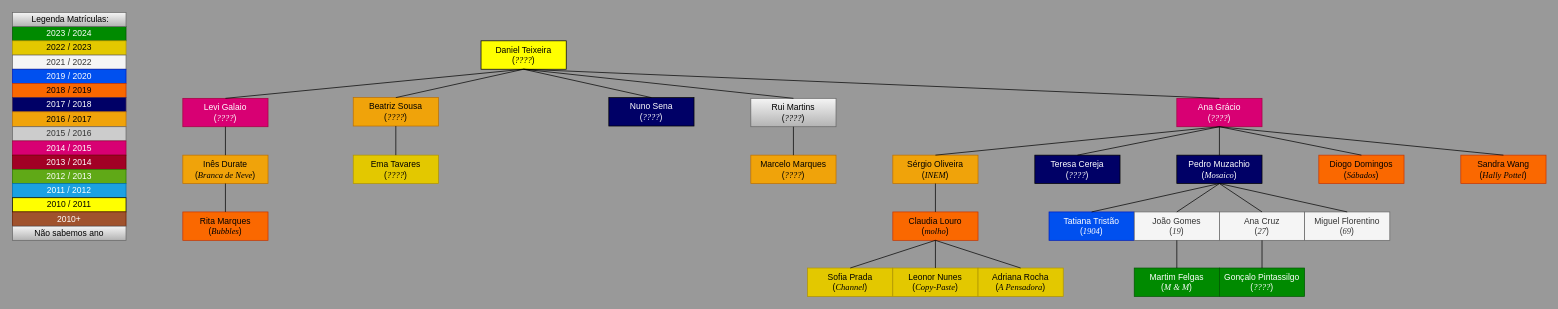
The draw.io diagram Draw.io/Familia_do_Daniel_Teixeira.drawio in pdmtmr/PDMTMRTESTLOCATION-AKA-ARBUSTO, before the edit. Source tidied: cells renumbered, new cells numbered last; positions are measured from the earlier drawing's top-left corner, leaving out a move shared by most shapes. Both pictures are drawn from the tidied source at 71%, with x=0, y=0 at pixel (12, 12).
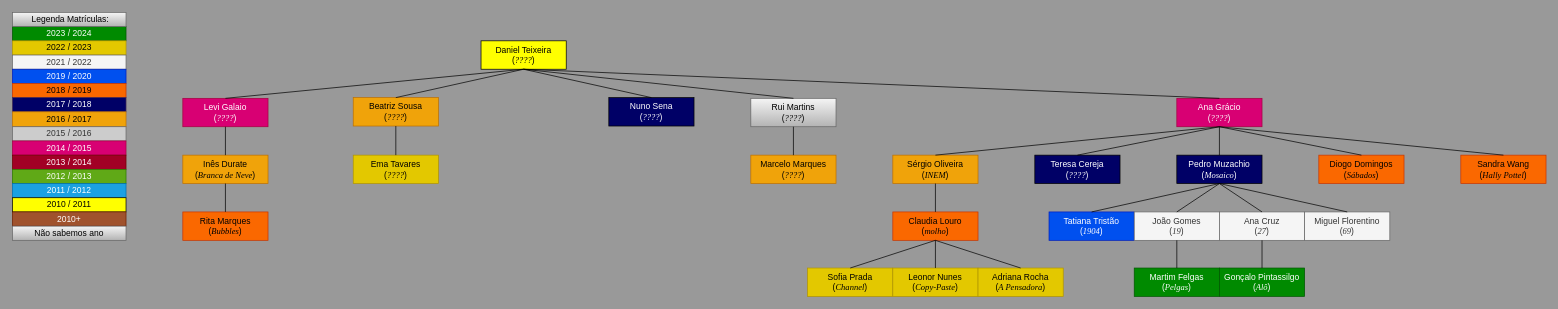
The same diagram, later.

What changed in the source:
```diff
@@
-    <mxCell id="61" value="&lt;div&gt;&lt;span style=&quot;background-color: initial;&quot;&gt;Martim Felgas&lt;/span&gt;&lt;/div&gt;&lt;div&gt;&lt;span style=&quot;background-color: initial;&quot;&gt;(&lt;font face=&quot;Times New Roman&quot;&gt;&lt;i&gt;M &amp;amp; M&lt;/i&gt;&lt;/font&gt;&lt;/span&gt;&lt;span style=&quot;background-color: initial;&quot;&gt;)&lt;/span&gt;&lt;/div&gt;" style="rounded=0;whiteSpace=wrap;html=1;fillColor=#008a00;fontColor=#ffffff;strokeColor=#005700;" parent="1" vertex="1">
+    <mxCell id="61" value="&lt;div&gt;&lt;span style=&quot;background-color: initial;&quot;&gt;Martim Felgas&lt;/span&gt;&lt;/div&gt;&lt;div&gt;&lt;span style=&quot;background-color: initial;&quot;&gt;(&lt;font face=&quot;Times New Roman&quot;&gt;&lt;i&gt;Pelgas&lt;/i&gt;&lt;/font&gt;&lt;/span&gt;&lt;span style=&quot;background-color: initial;&quot;&gt;)&lt;/span&gt;&lt;/div&gt;" style="rounded=0;whiteSpace=wrap;html=1;fillColor=#008a00;fontColor=#ffffff;strokeColor=#005700;" parent="1" vertex="1">
       <mxGeometry x="1580" y="360" width="120" height="40" as="geometry" />
     </mxCell>
@@
-    <mxCell id="65" value="&lt;div&gt;Gonçalo Pintassilgo&lt;/div&gt;&lt;div&gt;&lt;span style=&quot;background-color: initial;&quot;&gt;(&lt;font face=&quot;Times New Roman&quot;&gt;&lt;i&gt;????&lt;/i&gt;&lt;/font&gt;&lt;/span&gt;&lt;span style=&quot;background-color: initial;&quot;&gt;)&lt;/span&gt;&lt;/div&gt;" style="rounded=0;whiteSpace=wrap;html=1;fillColor=#008a00;fontColor=#ffffff;strokeColor=#005700;" parent="1" vertex="1">
+    <mxCell id="65" value="&lt;div&gt;Gonçalo Pintassilgo&lt;/div&gt;&lt;div&gt;&lt;span style=&quot;background-color: initial;&quot;&gt;(&lt;font face=&quot;Times New Roman&quot;&gt;&lt;i&gt;Alô&lt;/i&gt;&lt;/font&gt;&lt;/span&gt;&lt;span style=&quot;background-color: initial;&quot;&gt;)&lt;/span&gt;&lt;/div&gt;" style="rounded=0;whiteSpace=wrap;html=1;fillColor=#008a00;fontColor=#ffffff;strokeColor=#005700;" parent="1" vertex="1">
       <mxGeometry x="1700" y="360" width="120" height="40" as="geometry" />
     </mxCell>
```
